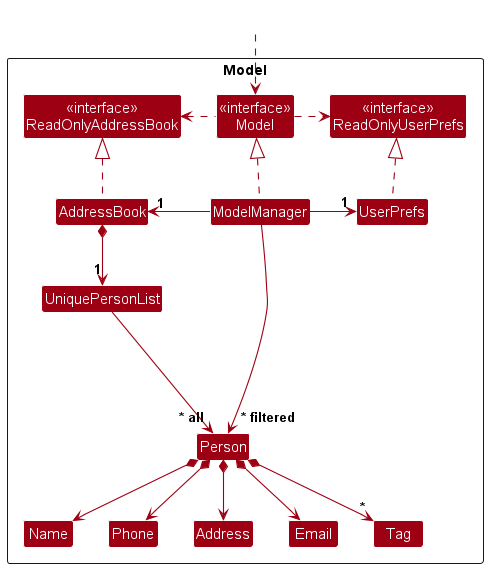
Earlier version of the PlantUML export docs/images/ModelClassDiagram.png (nus-cs2103-AY2425S1/tp).
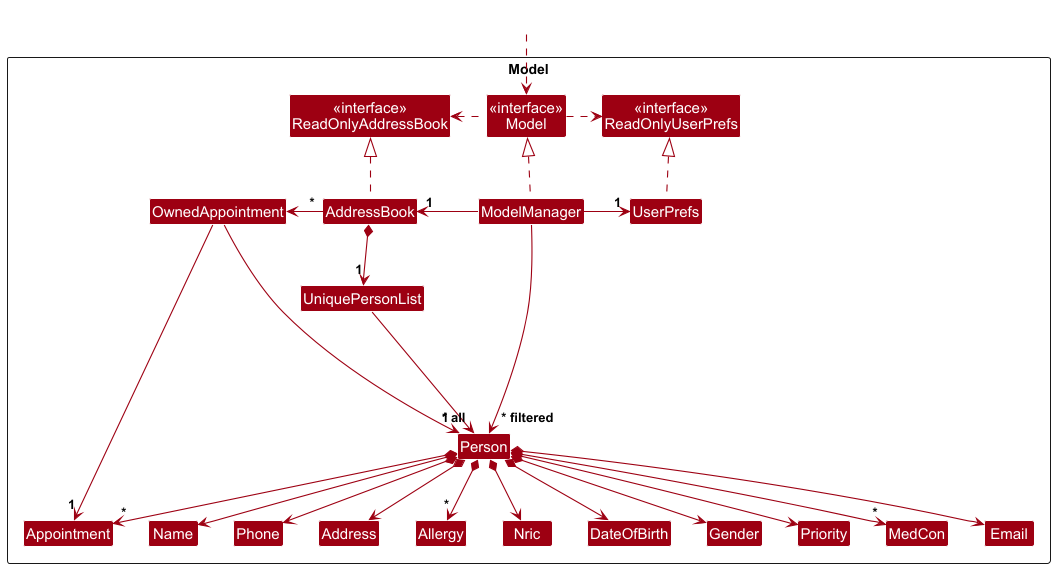
Above is the later version.

Commit message:
Regenerate UML Model PNG

The edit, as a diff of the source:
```diff
@@ -12,13 +12,20 @@
 Class ModelManager
 Class UserPrefs
 
+Class OwnedAppointment
 Class UniquePersonList
 Class Person
 Class Address
 Class Email
 Class Name
 Class Phone
-Class Tag
+Class Allergy
+Class Nric
+Class DateOfBirth
+Class Gender
+Class Priority
+Class Appointment
+Class MedCon
 
 Class I #FFFFFF
 }
@@ -35,13 +42,23 @@
 ModelManager -right-> "1" UserPrefs
 UserPrefs .up.|> ReadOnlyUserPrefs
 
-AddressBook *--> "1" UniquePersonList
+AddressBook "*" -left->  OwnedAppointment
+AddressBook *-down-> "1" UniquePersonList
 UniquePersonList --> "~* all" Person
+Person *--> "*" Appointment
 Person *--> Name
 Person *--> Phone
 Person *--> Email
 Person *--> Address
-Person *--> "*" Tag
+Person *--> "*" Allergy
+Person *--> Nric
+Person *--> DateOfBirth
+Person *--> Gender
+Person *--> Priority
+Person *--> "*" MedCon
+OwnedAppointment --> "1" Person
+OwnedAppointment --> "1" Appointment
+
 
 Person -[hidden]up--> I
 UniquePersonList -[hidden]right-> I
```
